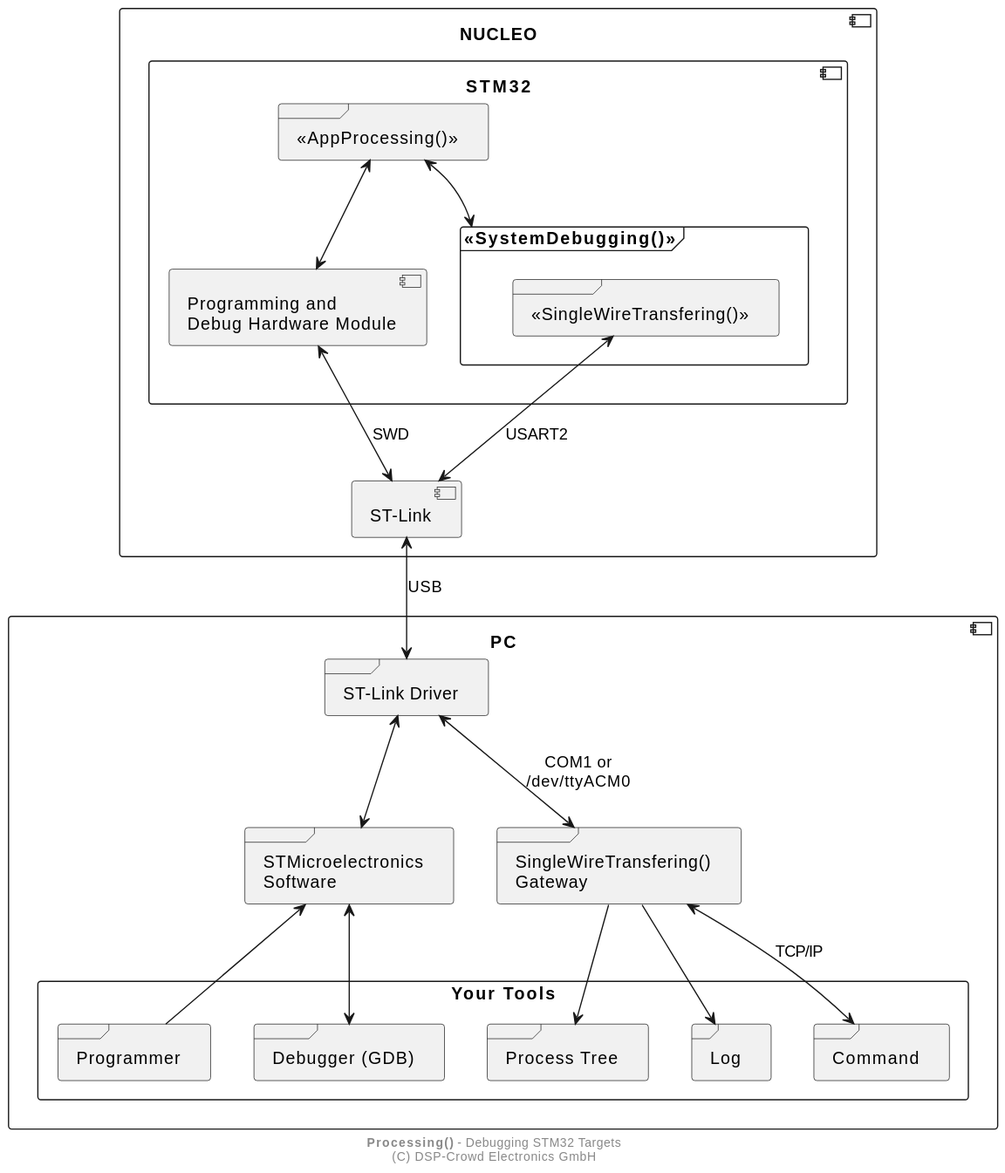
Before: doc/system/stm32-uart_3.svg, a diagram exported from PlantUML (NoOrientationProgramming/hello-world-stm32).
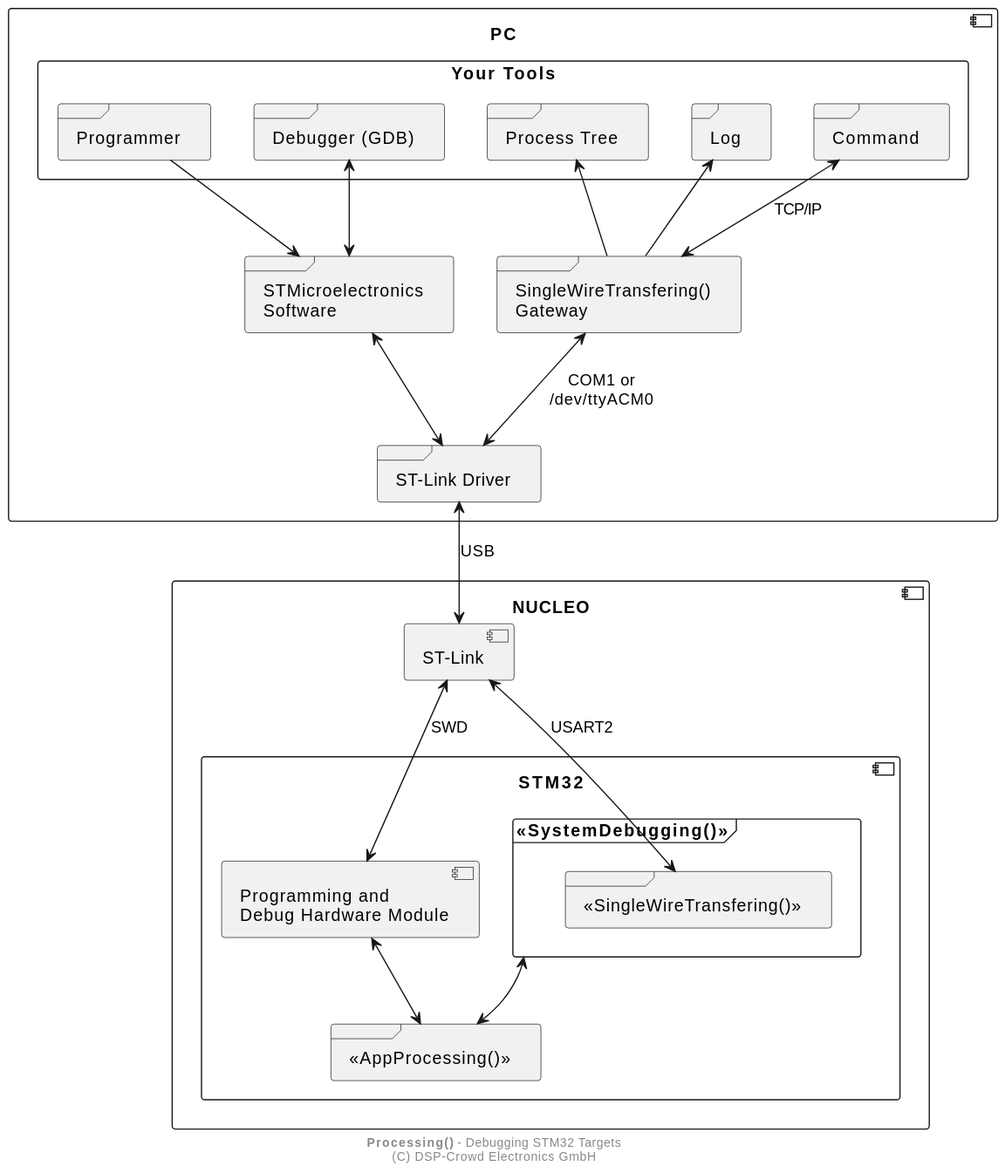
After the commit.

The edit, as a diff of the source:
```diff
@@ -1,58 +1,58 @@
 @startuml
+
+component PC as pPc {
+
+	rectangle "Your Tools" as pTools {
+
+		frame "Programmer" as pProg
+		frame "Debugger (GDB)" as pDbg
+
+		frame "Process Tree" as pTree
+		frame "Log" as pLog
+		frame "Command" as pCmd
+	}
+
+	frame "SingleWireTransfering()\nGateway" as pGw
+	frame "STMicroelectronics\nSoftware" as pStSw
+
+	frame "ST-Link Driver" as pDrv
+
+	pProg --> pStSw
+	pDbg <--> pStSw
+
+	pTree <-- pGw
+	pLog <-- pGw
+	pCmd <--> pGw : "TCP/IP"
+
+	pStSw <--> pDrv
+	pGw <--> pDrv : "COM1 or\n/dev/ttyACM0"
+
+	pStSw -r[hidden]- pGw
+}
 
 component "NUCLEO" as pNuc {
 
-  component "STM32" {
+	component "STM32" {
 
-    frame "<<AppProcessing()>>" as pApp
+		component "Programming and\nDebug Hardware Module" as pHwDbg
 
-    frame "<<SystemDebugging()>>" as pSysDbg {
-      frame "<<SingleWireTransfering()>>" as pSwt
-    }
+		frame "<<SystemDebugging()>>" as pSysDbg {
+			frame "<<SingleWireTransfering()>>" as pSwt
+		}
 
-    component "Programming and\nDebug Hardware Module" as pHwDbg
+		frame "<<AppProcessing()>>" as pApp
 
-    pApp <--> pHwDbg
-    pApp <--> pSysDbg
-  }
+		pHwDbg <--> pApp
+		pSysDbg <--> pApp
+	}
 
-  component "ST-Link" as pStLink
+	component "ST-Link" as pStLink
 
-  pSwt <--> pStLink : USART2
-  pHwDbg <--> pStLink : SWD
+	pStLink <--> pHwDbg : SWD
+	pStLink <--> pSwt : USART2
 }
 
-component PC as pPc {
-
-  frame "ST-Link Driver" as pDrv
-
-  frame "SingleWireTransfering()\nGateway" as pGw
-  frame "STMicroelectronics\nSoftware" as pStSw
-
-  rectangle "Your Tools" as pTools {
-
-    frame "Programmer" as pProg
-    frame "Debugger (GDB)" as pDbg
-
-    frame "Process Tree" as pTree
-    frame "Log" as pLog
-    frame "Command" as pCmd
-  }
-
-  pDrv <--> pStSw
-  pDrv <--> pGw : "COM1 or\n/dev/ttyACM0"
-
-  pGw --> pTree
-  pGw --> pLog
-  pGw <--> pCmd : "TCP/IP"
-
-  pStSw <-- pProg
-  pStSw <--> pDbg
-
-  pStSw -r[hidden]- pGw
-}
-
-pStLink <--> pDrv : USB
+pDrv <--> pStLink : USB
 
 footer **Processing()** - Debugging STM32 Targets\n(C) DSP-Crowd Electronics GmbH
 @enduml
```
